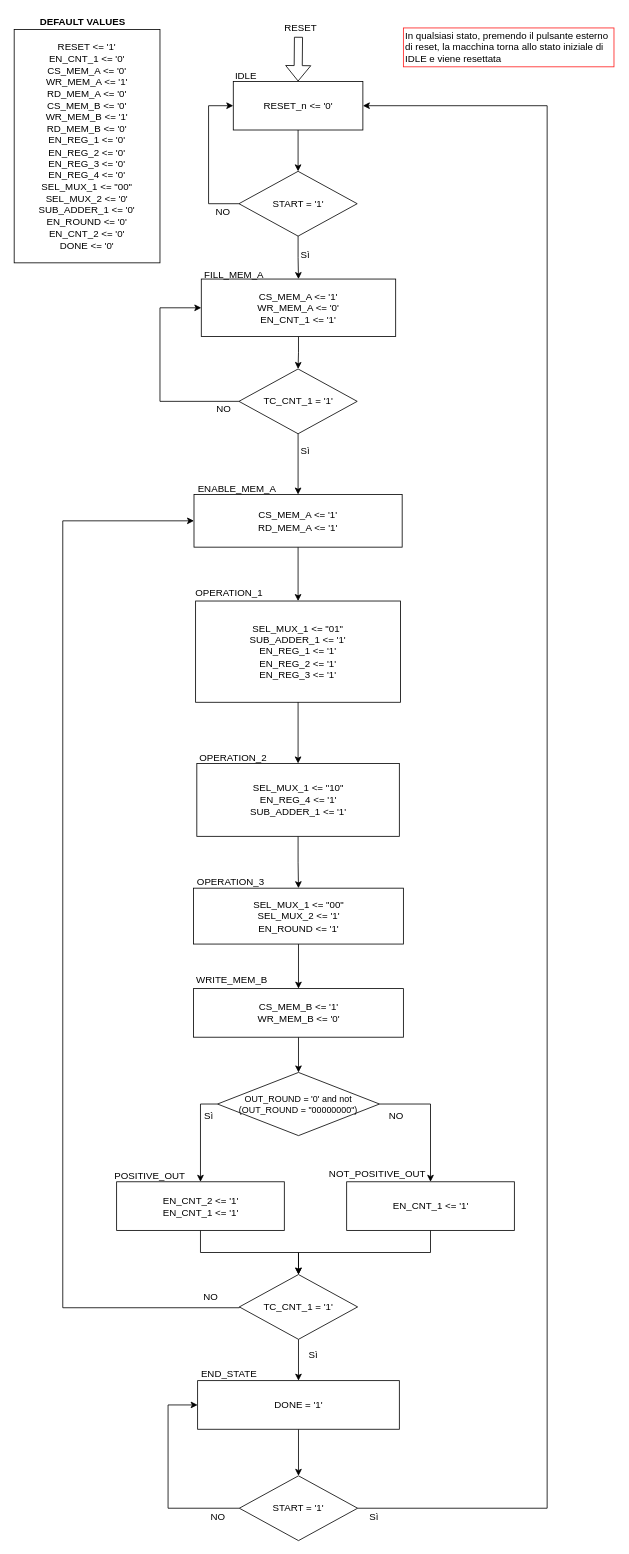
Earlier version of the draw.io diagram lab6/Control ASM.drawio (leobel96/Polito-ESD-NeuralNetwork). Source tidied: cells renumbered, new cells numbered last; positions are measured from the earlier drawing's top-left corner, leaving out a move shared by most shapes. Both pictures are drawn from the tidied source at 81%, with x=0, y=0 at pixel (14, 14).
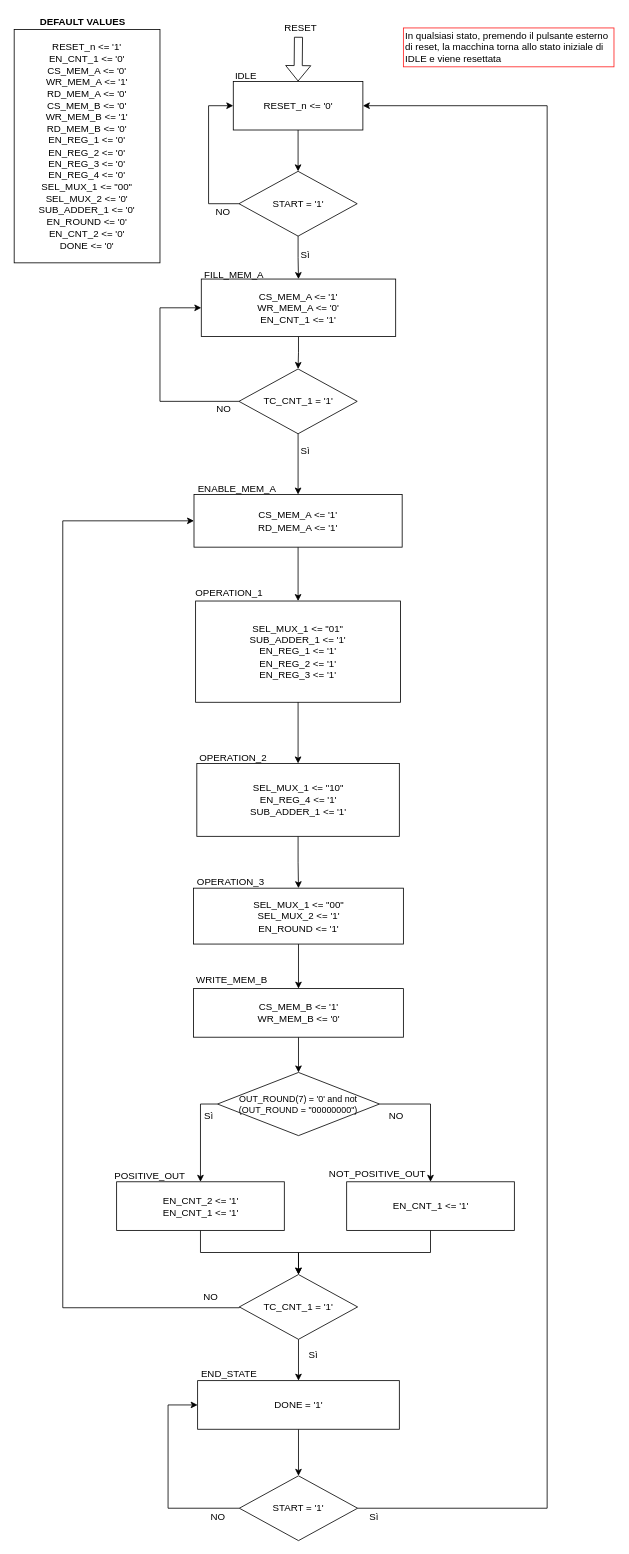
Above is the later version.

The edit, as a diff of the source:
```diff
@@
-    <mxCell id="36" value="&lt;div style=&quot;font-size: 11px&quot;&gt;OUT_ROUND = '0' and not (OUT_ROUND = &quot;00000000&quot;)&lt;br&gt;&lt;/div&gt;" style="rhombus;whiteSpace=wrap;html=1;" parent="1" vertex="1">
+    <mxCell id="36" value="&lt;div style=&quot;font-size: 11px&quot;&gt;OUT_ROUND(7) = '0' and not (OUT_ROUND = &quot;00000000&quot;)&lt;br&gt;&lt;/div&gt;" style="rhombus;whiteSpace=wrap;html=1;" parent="1" vertex="1">
       <mxGeometry x="251" y="1306.5" width="200" height="78" as="geometry" />
     </mxCell>
@@
-    <mxCell id="46" value="&lt;div&gt;RESET &amp;lt;= '1'&lt;/div&gt;&lt;div&gt;EN_CNT_1 &amp;lt;= '0'&lt;/div&gt;&lt;div&gt;CS_MEM_A &amp;lt;= '0'&lt;/div&gt;&lt;div&gt;WR_MEM_A &amp;lt;= '1'&lt;/div&gt;&lt;div&gt;RD_MEM_A &amp;lt;= '0'&lt;br&gt;&lt;/div&gt;&lt;div&gt;CS_MEM_B &amp;lt;= '0'&lt;br&gt;&lt;div&gt;WR_MEM_B &amp;lt;= '1'&lt;/div&gt;&lt;div&gt;RD_MEM_B &amp;lt;= '0'&lt;/div&gt;&lt;div&gt;&lt;div&gt;&lt;div&gt;EN_REG_1 &amp;lt;= '0'&lt;/div&gt;&lt;/div&gt;&lt;div&gt;EN_REG_2 &amp;lt;= '0'&lt;/div&gt;&lt;/div&gt;&lt;div&gt;EN_REG_3 &amp;lt;= '0'&lt;/div&gt;&lt;div&gt;EN_REG_4 &amp;lt;= '0'&lt;br&gt;&lt;/div&gt;&lt;div&gt;SEL_MUX_1 &amp;lt;= &quot;00&quot;&lt;br&gt;&lt;/div&gt;&lt;div&gt;SEL_MUX_2 &amp;lt;= '0'&lt;/div&gt;&lt;div&gt;SUB_ADDER_1 &amp;lt;= '0'&lt;/div&gt;&lt;/div&gt;&lt;div&gt;EN_ROUND &amp;lt;= '0'&lt;br&gt;&lt;/div&gt;&lt;div&gt;EN_CNT_2 &amp;lt;= '0'&lt;br&gt;&lt;/div&gt;&lt;div&gt;DONE &amp;lt;= '0'&lt;/div&gt;" style="rounded=0;whiteSpace=wrap;html=1;" parent="1" vertex="1">
+    <mxCell id="46" value="&lt;div&gt;RESET_n &amp;lt;= '1'&lt;/div&gt;&lt;div&gt;EN_CNT_1 &amp;lt;= '0'&lt;/div&gt;&lt;div&gt;CS_MEM_A &amp;lt;= '0'&lt;/div&gt;&lt;div&gt;WR_MEM_A &amp;lt;= '1'&lt;/div&gt;&lt;div&gt;RD_MEM_A &amp;lt;= '0'&lt;br&gt;&lt;/div&gt;&lt;div&gt;CS_MEM_B &amp;lt;= '0'&lt;br&gt;&lt;div&gt;WR_MEM_B &amp;lt;= '1'&lt;/div&gt;&lt;div&gt;RD_MEM_B &amp;lt;= '0'&lt;/div&gt;&lt;div&gt;&lt;div&gt;&lt;div&gt;EN_REG_1 &amp;lt;= '0'&lt;/div&gt;&lt;/div&gt;&lt;div&gt;EN_REG_2 &amp;lt;= '0'&lt;/div&gt;&lt;/div&gt;&lt;div&gt;EN_REG_3 &amp;lt;= '0'&lt;/div&gt;&lt;div&gt;EN_REG_4 &amp;lt;= '0'&lt;br&gt;&lt;/div&gt;&lt;div&gt;SEL_MUX_1 &amp;lt;= &quot;00&quot;&lt;br&gt;&lt;/div&gt;&lt;div&gt;SEL_MUX_2 &amp;lt;= '0'&lt;/div&gt;&lt;div&gt;SUB_ADDER_1 &amp;lt;= '0'&lt;/div&gt;&lt;/div&gt;&lt;div&gt;EN_ROUND &amp;lt;= '0'&lt;br&gt;&lt;/div&gt;&lt;div&gt;EN_CNT_2 &amp;lt;= '0'&lt;br&gt;&lt;/div&gt;&lt;div&gt;DONE &amp;lt;= '0'&lt;/div&gt;" style="rounded=0;whiteSpace=wrap;html=1;" parent="1" vertex="1">
       <mxGeometry y="19" width="180" height="288" as="geometry" />
     </mxCell>
```
